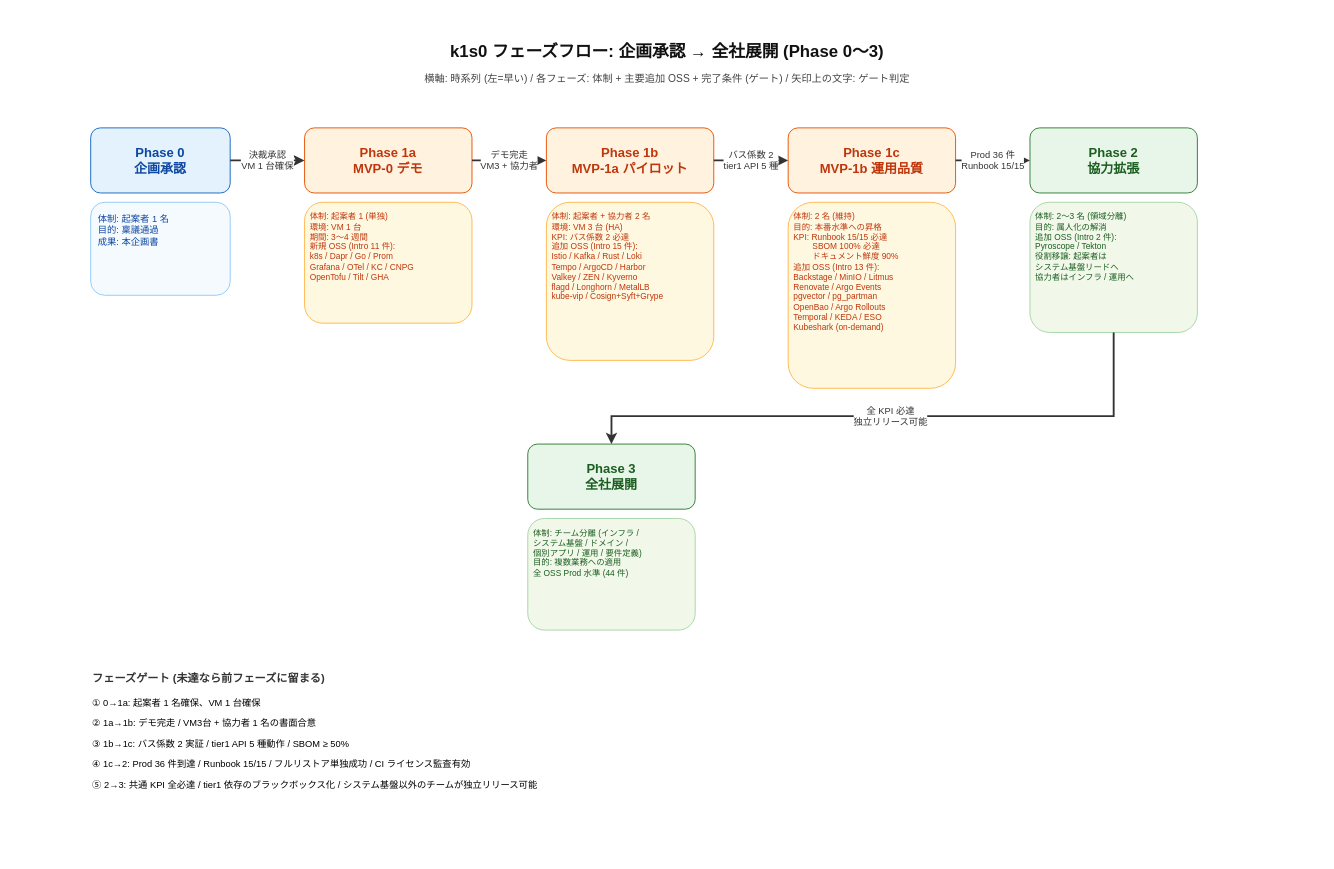
RyuheiKiso/k1s0 keeps this draw.io diagram as docs/01_企画/03_ロードマップと体制/img/Phase_フロー.drawio. Above is the earlier version. Source tidied: cells renumbered, new cells numbered last; positions are measured from the earlier drawing's top-left corner, leaving out a move shared by most shapes. Both pictures are drawn from the tidied source at 93%, with x=0, y=0 at pixel (16, 16).
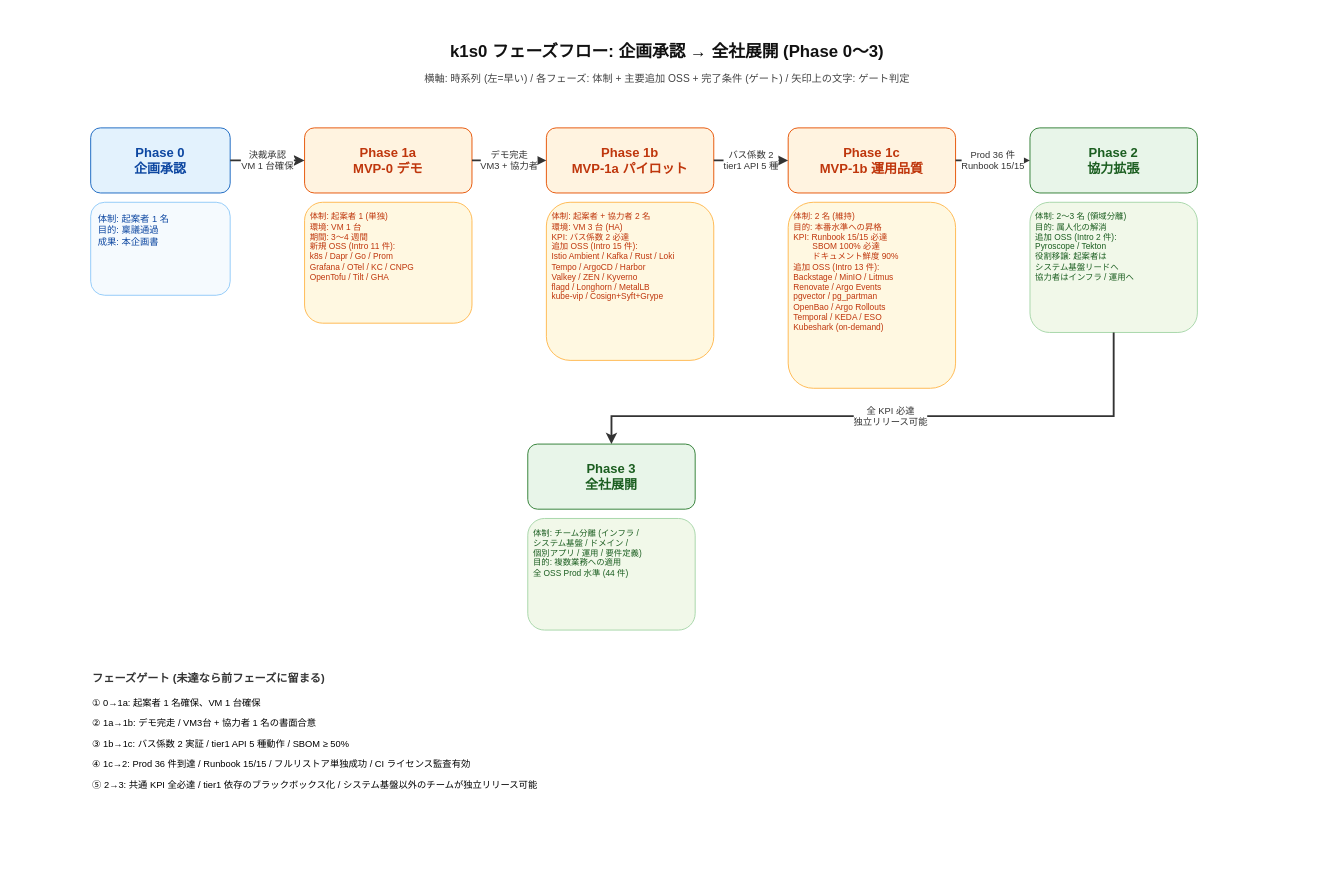
The same page after the edit.

Commit message (it also covers changes not shown here):
feat: Istio Ambient Mesh モードの採用に関するADRを追加し、関連ドキュメントを更新

What changed in the source:
```diff
@@
-    <mxCell id="10" value="体制: 起案者 + 協力者 2 名&#10;環境: VM 3 台 (HA)&#10;KPI: バス係数 2 必達&#10;追加 OSS (Intro 15 件):&#10;Istio / Kafka / Rust / Loki&#10;Tempo / ArgoCD / Harbor&#10;Valkey / ZEN / Kyverno&#10;flagd / Longhorn / MetalLB&#10;kube-vip / Cosign+Syft+Grype" style="text;html=1;strokeColor=#FFB74D;fillColor=#FFF8E1;align=left;verticalAlign=top;whiteSpace=wrap;rounded=1;fontSize=9;spacing=6;fontColor=#BF360C;" parent="1" vertex="1">
+    <mxCell id="10" value="体制: 起案者 + 協力者 2 名&#10;環境: VM 3 台 (HA)&#10;KPI: バス係数 2 必達&#10;追加 OSS (Intro 15 件):&#10;Istio Ambient / Kafka / Rust / Loki&#10;Tempo / ArgoCD / Harbor&#10;Valkey / ZEN / Kyverno&#10;flagd / Longhorn / MetalLB&#10;kube-vip / Cosign+Syft+Grype" style="text;html=1;strokeColor=#FFB74D;fillColor=#FFF8E1;align=left;verticalAlign=top;whiteSpace=wrap;rounded=1;fontSize=9;spacing=6;fontColor=#BF360C;" parent="1" vertex="1">
       <mxGeometry x="570" y="200" width="180" height="170" as="geometry" />
     </mxCell>
```
